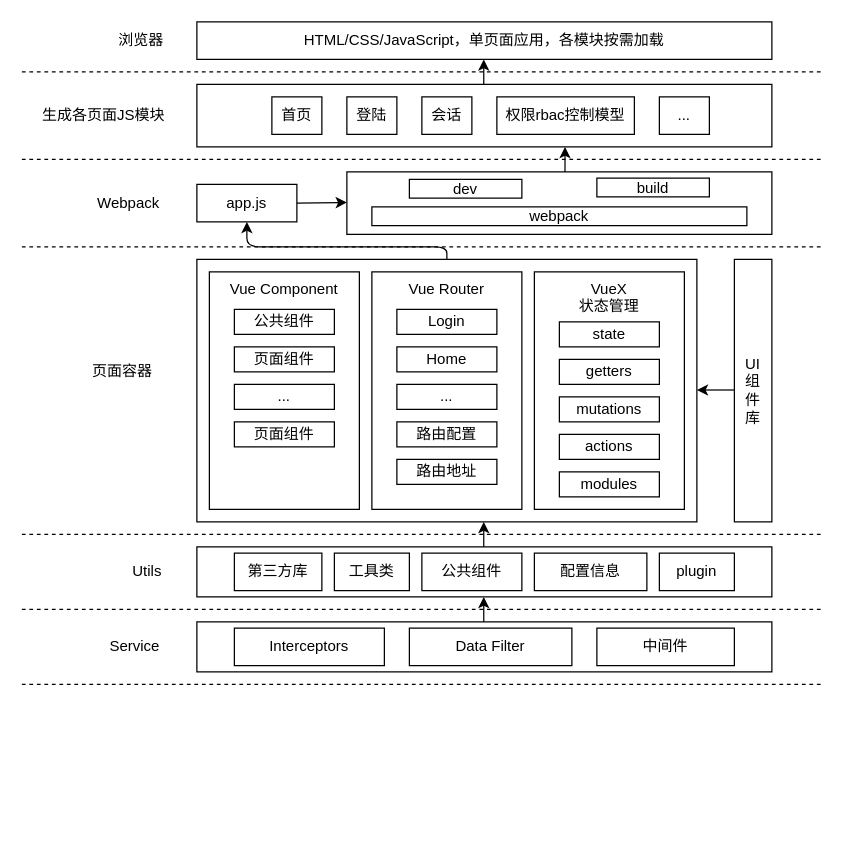
Before: 未命名绘图.drawio in magicgaorui/-, a draw.io diagram. Source tidied: cells renumbered, new cells numbered last; positions are measured from the earlier drawing's top-left corner, leaving out a move shared by most shapes. Both pictures are drawn from the tidied source at 125%, with x=0, y=0 at pixel (21, 21).
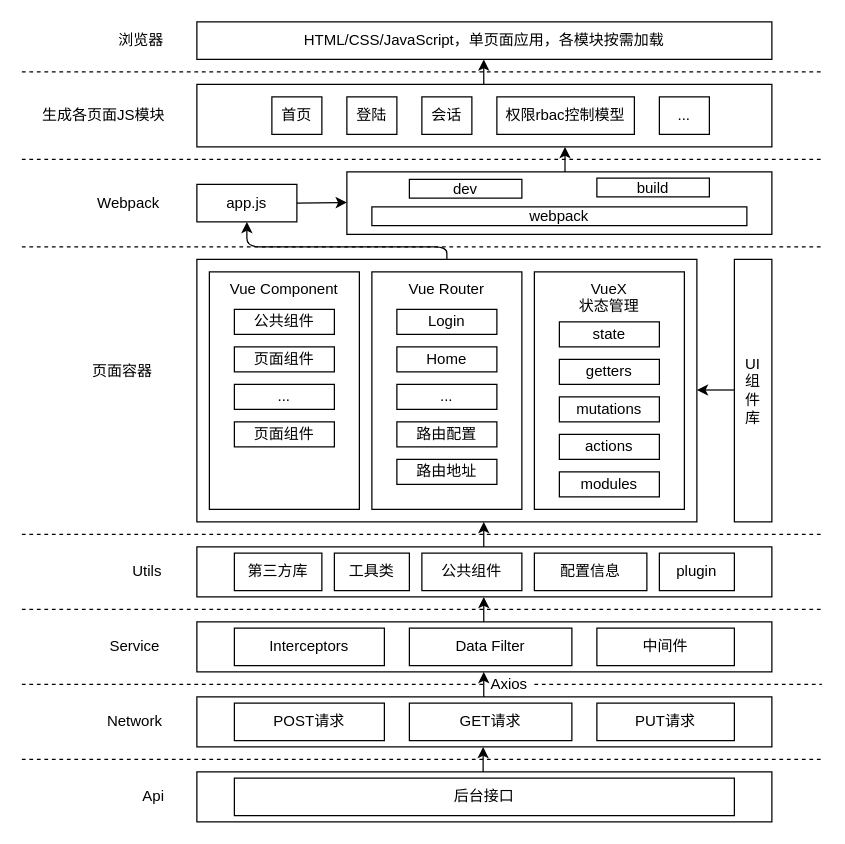
The same page after the edit.

Commit message:
vue技术架构图.drawio

Diff of the diagram source:
```diff
@@
-    <mxCell id="60" style="endArrow=none;dashed=1;html=1;" parent="1" edge="1">
+    <mxCell id="60" style="endArrow=none;dashed=1;html=1;startArrow=none;" parent="1" edge="1" source="69">
       <mxGeometry relative="1" as="geometry">
-        <mxPoint y="530" as="sourcePoint" />
         <mxPoint x="640" y="530" as="targetPoint" />
       </mxGeometry>
     </mxCell>
@@
+    <mxCell id="62" value="Network" style="text;html=1;align=center;verticalAlign=middle;strokeColor=none;" parent="1" vertex="1">
+      <mxGeometry x="60" y="550" width="60" height="20" as="geometry" />
+    </mxCell>
+    <mxCell id="63" style="rounded=0;whiteSpace=wrap;html=1;shadow=0;glass=0;sketch=0;align=center;verticalAlign=top;" parent="1" vertex="1">
+      <mxGeometry x="140" y="540" width="460" height="40" as="geometry" />
+    </mxCell>
+    <mxCell id="64" value="POST请求" style="rounded=0;whiteSpace=wrap;html=1;" parent="1" vertex="1">
+      <mxGeometry x="170" y="545" width="120" height="30" as="geometry" />
+    </mxCell>
+    <mxCell id="65" value="GET请求" style="rounded=0;whiteSpace=wrap;html=1;" parent="1" vertex="1">
+      <mxGeometry x="310" y="545" width="130" height="30" as="geometry" />
+    </mxCell>
+    <mxCell id="66" value="PUT请求" style="rounded=0;whiteSpace=wrap;html=1;" parent="1" vertex="1">
+      <mxGeometry x="460" y="545" width="110" height="30" as="geometry" />
+    </mxCell>
+    <mxCell id="67" style="endArrow=none;dashed=1;html=1;" parent="1" edge="1">
+      <mxGeometry relative="1" as="geometry">
+        <mxPoint y="590" as="sourcePoint" />
+        <mxPoint x="640" y="590" as="targetPoint" />
+      </mxGeometry>
+    </mxCell>
+    <mxCell id="68" style="endArrow=classic;html=1;" parent="1" edge="1">
+      <mxGeometry relative="1" as="geometry">
+        <mxPoint x="369.5" y="540" as="sourcePoint" />
+        <mxPoint x="369.5" y="520" as="targetPoint" />
+      </mxGeometry>
+    </mxCell>
+    <mxCell id="69" value="Axios" style="text;html=1;strokeColor=none;fillColor=none;align=center;verticalAlign=middle;whiteSpace=wrap;rounded=0;shadow=0;glass=0;sketch=0;" parent="1" vertex="1">
+      <mxGeometry x="370" y="520" width="40" height="20" as="geometry" />
+    </mxCell>
+    <mxCell id="70" style="endArrow=none;dashed=1;html=1;" parent="1" edge="1" target="69">
+      <mxGeometry relative="1" as="geometry">
+        <mxPoint y="530" as="sourcePoint" />
+      </mxGeometry>
+    </mxCell>
+    <mxCell id="71" value="Api" style="text;html=1;align=center;verticalAlign=middle;strokeColor=none;" parent="1" vertex="1">
+      <mxGeometry x="90" y="610" width="30" height="20" as="geometry" />
+    </mxCell>
+    <mxCell id="72" style="rounded=0;whiteSpace=wrap;html=1;shadow=0;glass=0;sketch=0;align=center;verticalAlign=top;" parent="1" vertex="1">
+      <mxGeometry x="140" y="600" width="460" height="40" as="geometry" />
+    </mxCell>
+    <mxCell id="73" value="后台接口" style="rounded=0;whiteSpace=wrap;html=1;" parent="1" vertex="1">
+      <mxGeometry x="170" y="605" width="400" height="30" as="geometry" />
+    </mxCell>
+    <mxCell id="74" style="endArrow=classic;html=1;" parent="1" edge="1">
+      <mxGeometry relative="1" as="geometry">
+        <mxPoint x="369" y="600" as="sourcePoint" />
+        <mxPoint x="369" y="580" as="targetPoint" />
+      </mxGeometry>
+    </mxCell>
```
